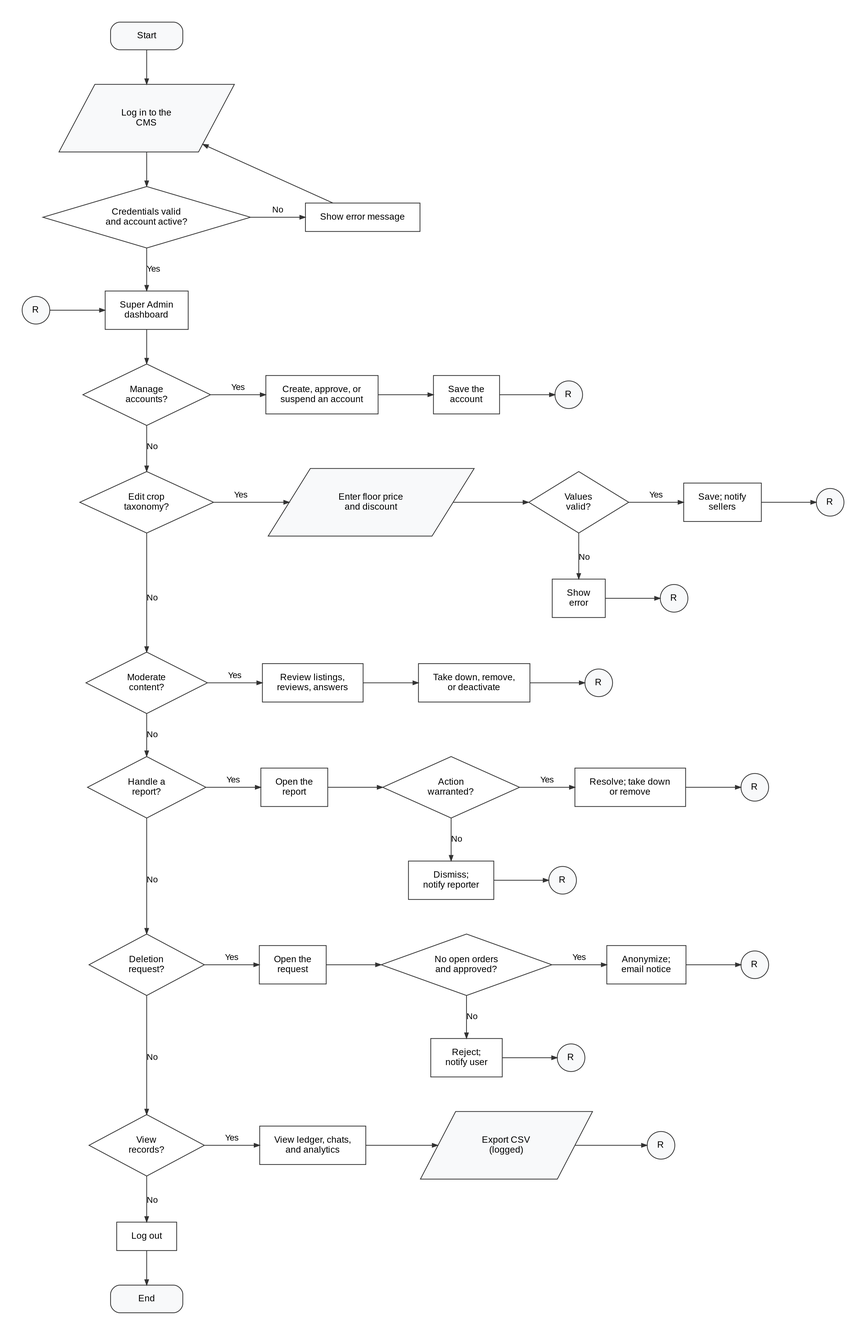
Before: docs/manuscript/figures/fig5b_flow_super_admin.png, a diagram exported from Graphviz (shawncastaneda11-commits/anihow-backend). Its source is kept beside it as docs/manuscript/figures/src/fig5b_flow_super_admin.dot.
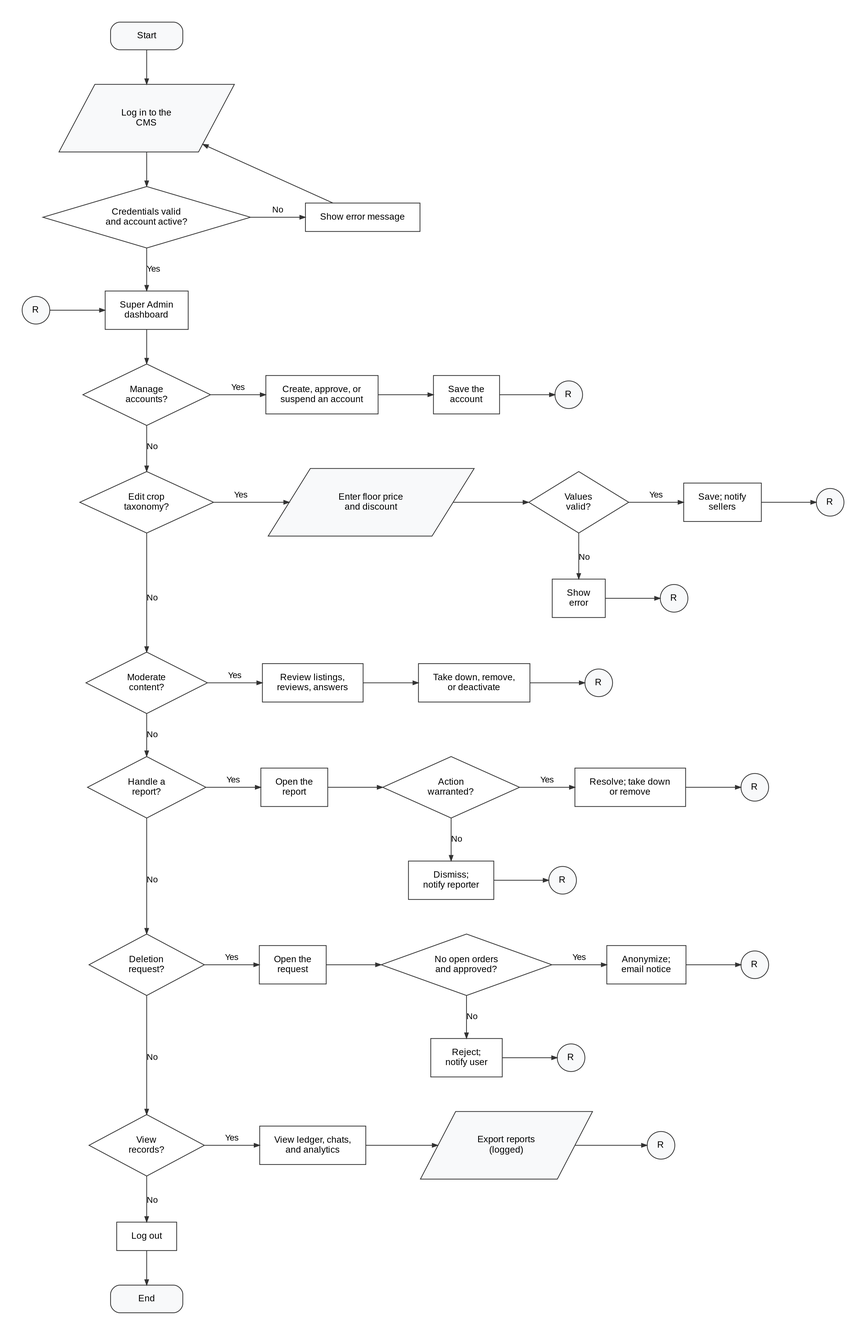
After the commit.

What changed in the source:
```diff
@@ -88,7 +88,7 @@
   q4 -> q5 [label="No", minlen=2];
   s5_0 [shape=box, label="View ledger, chats,\nand analytics"];
   q5 -> s5_0 [label="Yes"];
-  s5_1 [shape=parallelogram, fillcolor="#F8F9FA", label="Export CSV\n(logged)", margin="0.30,0.12"];
+  s5_1 [shape=parallelogram, fillcolor="#F8F9FA", label="Export reports\n(logged)", margin="0.30,0.12"];
   s5_0 -> s5_1;
   r5 [shape=circle, width=0.5, fixedsize=true, fillcolor="#F8F9FA", label="R"];
   s5_1 -> r5;
```
